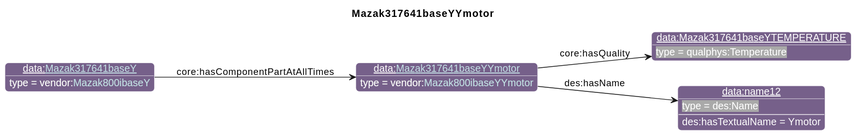
Above: diagrams/Mazak317641baseYYmotor.svg in iofoundry/example-syseng-mtconnect (PlantUML), before the change. Its diagram source:
```plantuml
@startuml
!include ../iof.iuml

<style>
object {
  HyperlinkColor #C4E1E6
}
</style>

left to right direction
skinparam linetype polyline
title Mazak317641baseYYmotor

!$default_direction = down

!$namespace_colors = { "bfo":"DFA702",
                      "iof":"1E90FF",
                      "ns":"Green",
                      "ns1":"76608A",
                      "core":"000000",
                      "ex":"Green",
                      "data":"76608A",
                      "vendor":"76608A",
                      "units":"8A2D3B",
                      "cmns-dsg":"3A0519",
                      "qp":"641B2E"
      }
individual(o0, data:[[./Mazak317641baseYYmotor.html Mazak317641baseYYmotor]], vendor:[[../Mazak.html#Mazak800ibaseYYmotor Mazak800ibaseYYmotor]])
individual(o1, data:Mazak317641baseYTEMPERATURE, qualphys:Temperature)
individual(o2, data:name12, des:Name)
individual(o3, data:[[./Mazak317641baseY.html Mazak317641baseY]], vendor:[[../Mazak.html#Mazak800ibaseY Mazak800ibaseY]])
property(o0, "core:hasQuality", o1)
property(o0, "des:hasName", o2)
data(o2, "des:hasTextualName", "Ymotor")
property(o3, "core:hasComponentPartAtAllTimes", o0)
@enduml
```
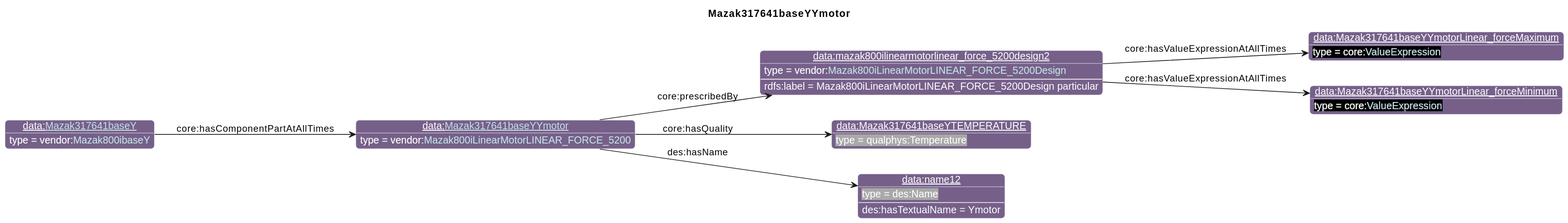
The same diagram one commit later.

What changed in the source:
```diff
@@ -25,12 +25,19 @@
                       "cmns-dsg":"3A0519",
                       "qp":"641B2E"
       }
-individual(o0, data:[[./Mazak317641baseYYmotor.html Mazak317641baseYYmotor]], vendor:[[../Mazak.html#Mazak800ibaseYYmotor Mazak800ibaseYYmotor]])
-individual(o1, data:Mazak317641baseYTEMPERATURE, qualphys:Temperature)
-individual(o2, data:name12, des:Name)
-individual(o3, data:[[./Mazak317641baseY.html Mazak317641baseY]], vendor:[[../Mazak.html#Mazak800ibaseY Mazak800ibaseY]])
-property(o0, "core:hasQuality", o1)
-property(o0, "des:hasName", o2)
-data(o2, "des:hasTextualName", "Ymotor")
-property(o3, "core:hasComponentPartAtAllTimes", o0)
+individual(o0, data:[[./Mazak317641baseYYmotor.html Mazak317641baseYYmotor]], vendor:[[../Mazak.html#Mazak800iLinearMotorLINEAR_FORCE_5200 Mazak800iLinearMotorLINEAR_FORCE_5200]])
+individual(o1, data:mazak800ilinearmotorlinear_force_5200design2, vendor:[[../Mazak.html#Mazak800iLinearMotorLINEAR_FORCE_5200Design Mazak800iLinearMotorLINEAR_FORCE_5200Design]])
+individual(o2, data:Mazak317641baseYYmotorLinear_forceMaximum, core:[[https://spec.industrialontologies.org/ontology/core/Core/ValueExpression ValueExpression]])
+individual(o3, data:Mazak317641baseYYmotorLinear_forceMinimum, core:[[https://spec.industrialontologies.org/ontology/core/Core/ValueExpression ValueExpression]])
+individual(o4, data:Mazak317641baseYTEMPERATURE, qualphys:Temperature)
+individual(o5, data:name12, des:Name)
+individual(o6, data:[[./Mazak317641baseY.html Mazak317641baseY]], vendor:[[../Mazak.html#Mazak800ibaseY Mazak800ibaseY]])
+property(o0, "core:prescribedBy", o1)
+data(o1, "rdfs:label", "Mazak800iLinearMotorLINEAR_FORCE_5200Design particular")
+property(o1, "core:hasValueExpressionAtAllTimes", o2)
+property(o1, "core:hasValueExpressionAtAllTimes", o3)
+property(o0, "core:hasQuality", o4)
+property(o0, "des:hasName", o5)
+data(o5, "des:hasTextualName", "Ymotor")
+property(o6, "core:hasComponentPartAtAllTimes", o0)
 @enduml
```
